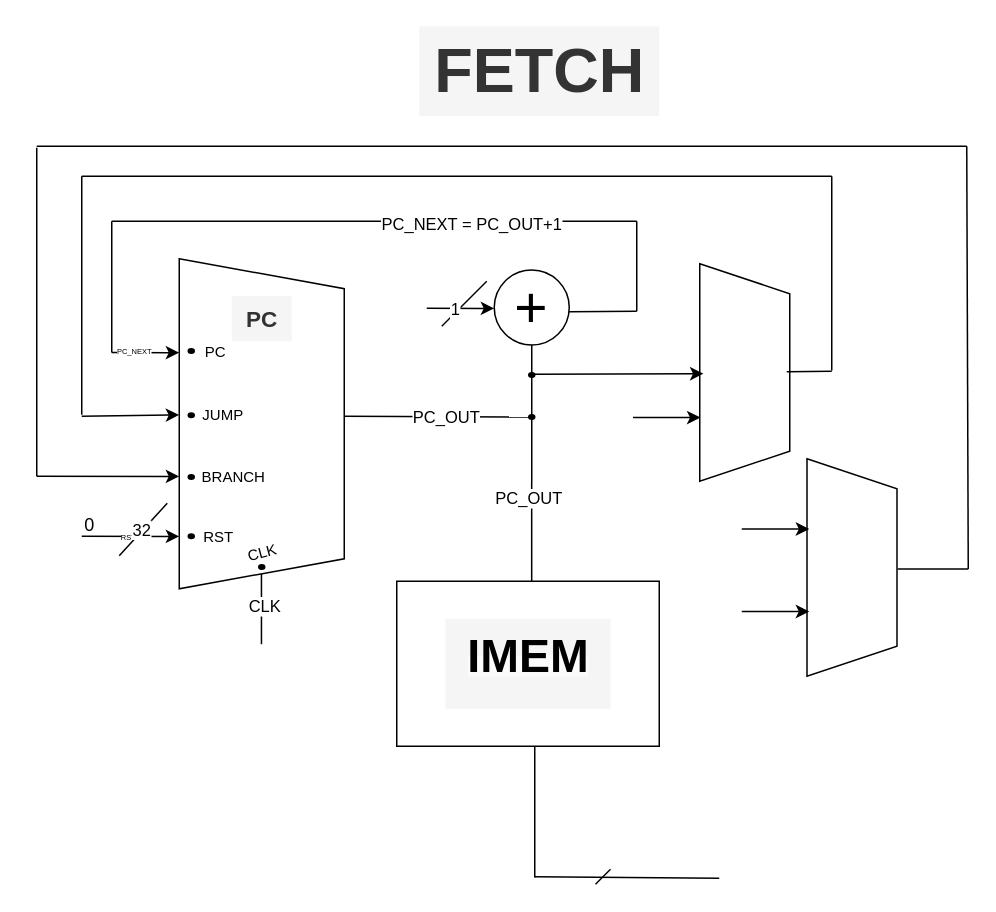
This is Block_Diagram.drawio from HamraAbrar0/RV32I, a draw.io file, before an edit. Source tidied: cells renumbered, new cells numbered last; positions are measured from the earlier drawing's top-left corner, leaving out a move shared by most shapes. Both pictures are drawn from the tidied source at 150%, with x=0, y=0 at pixel (36, 26).
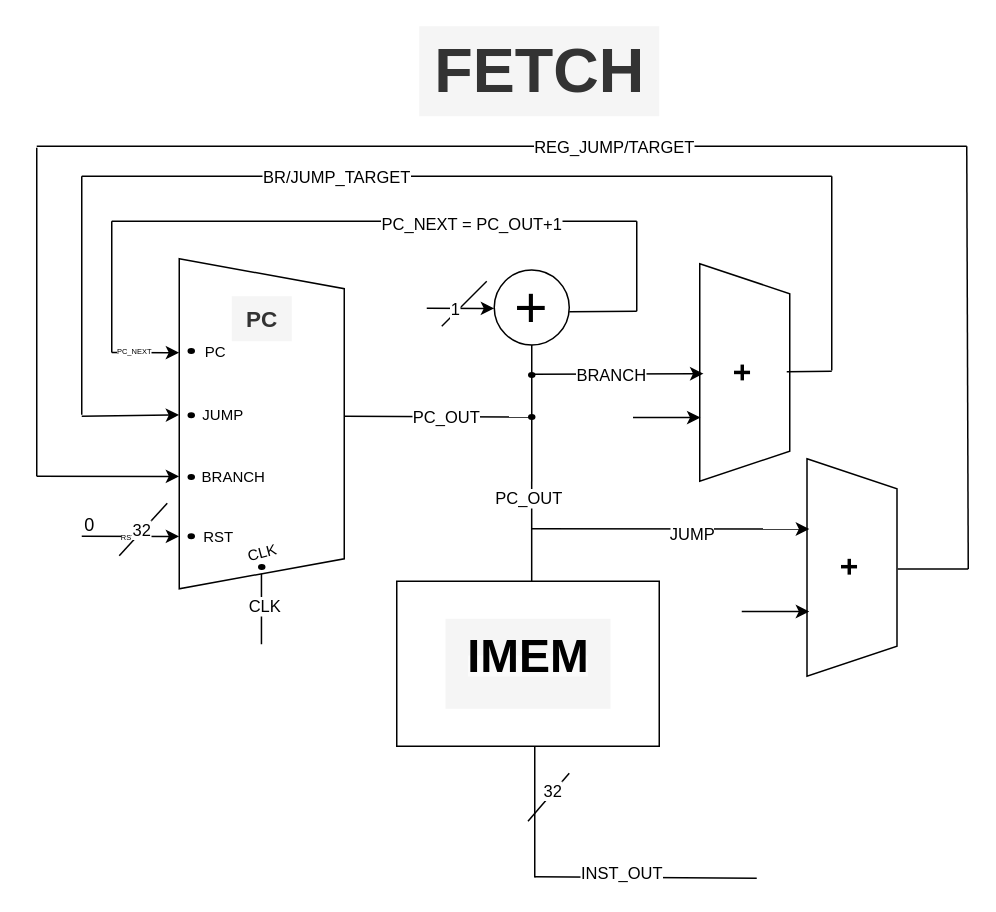
The same diagram, later.

Unchanged cells that the change refers to:
```xml
<mxCell id="30" style="endArrow=none;html=1;rounded=0;" parent="1" edge="1">
  <mxGeometry relative="1" as="geometry">
    <mxPoint x="30" y="100" as="sourcePoint" />
    <mxPoint x="530" y="100" as="targetPoint" />
  </mxGeometry>
</mxCell>
<mxCell id="33" style="endArrow=classic;html=1;rounded=0;" parent="1" edge="1">
  <mxGeometry relative="1" as="geometry">
    <mxPoint x="330" y="232" as="sourcePoint" />
    <mxPoint x="444.5" y="231.6" as="targetPoint" />
  </mxGeometry>
</mxCell>
<mxCell id="39" style="endArrow=none;html=1;rounded=0;" parent="1" edge="1">
  <mxGeometry relative="1" as="geometry">
    <mxPoint y="80" as="sourcePoint" />
    <mxPoint x="620" y="80" as="targetPoint" />
  </mxGeometry>
</mxCell>
```

The edit, as a diff of the source:
```diff
@@
-    <mxCell id="6" style="shape=trapezoid;perimeter=trapezoidPerimeter;whiteSpace=wrap;html=1;fixedSize=1;rotation=90;" parent="1" vertex="1">
+    <mxCell id="6" value="&lt;font size=&quot;1&quot; style=&quot;&quot;&gt;&lt;b style=&quot;font-size: 21px;&quot;&gt;+&lt;/b&gt;&lt;/font&gt;" style="shape=trapezoid;perimeter=trapezoidPerimeter;whiteSpace=wrap;html=1;fixedSize=1;rotation=90;" parent="1" vertex="1">
       <mxGeometry x="399.5" y="200.8" width="145" height="60" as="geometry" />
     </mxCell>
-    <mxCell id="7" style="shape=trapezoid;perimeter=trapezoidPerimeter;whiteSpace=wrap;html=1;fixedSize=1;rotation=90;" parent="1" vertex="1">
+    <mxCell id="7" value="&lt;b style=&quot;font-size: 21px;&quot;&gt;+&lt;/b&gt;" style="shape=trapezoid;perimeter=trapezoidPerimeter;whiteSpace=wrap;html=1;fixedSize=1;rotation=90;" parent="1" vertex="1">
       <mxGeometry x="471" y="330.8" width="145" height="60" as="geometry" />
     </mxCell>
@@
+    <mxCell id="63" value="BR/JUMP_TARGET" style="edgeLabel;html=1;align=center;verticalAlign=middle;" parent="30" vertex="1">
+      <mxGeometry x="-0.29" y="-5" relative="1" as="geometry">
+        <mxPoint x="-9" y="-5" as="offset" />
+      </mxGeometry>
+    </mxCell>
@@
+    <mxCell id="64" value="BRANCH" style="edgeLabel;html=1;align=center;verticalAlign=middle;" parent="33" vertex="1">
+      <mxGeometry x="0.2" y="-2" relative="1" as="geometry">
+        <mxPoint x="-17" y="-1" as="offset" />
+      </mxGeometry>
+    </mxCell>
@@
     <mxCell id="35" style="endArrow=classic;html=1;rounded=0;" parent="1" edge="1">
       <mxGeometry relative="1" as="geometry">
-        <mxPoint x="470" y="335.1" as="sourcePoint" />
+        <mxPoint x="330" y="335" as="sourcePoint" />
         <mxPoint x="515" y="335.2" as="targetPoint" />
       </mxGeometry>
     </mxCell>
+    <mxCell id="65" value="JUMP" style="edgeLabel;html=1;align=center;verticalAlign=middle;" parent="35" vertex="1">
+      <mxGeometry x="0.16" y="-3" relative="1" as="geometry" />
+    </mxCell>
@@
+    <mxCell id="66" value="REG_JUMP/TARGET" style="edgeLabel;html=1;align=center;verticalAlign=middle;" parent="39" vertex="1">
+      <mxGeometry x="0.07" relative="1" as="geometry">
+        <mxPoint x="52" as="offset" />
+      </mxGeometry>
+    </mxCell>
@@
     <mxCell id="47" style="endArrow=none;html=1;rounded=0;" parent="1" edge="1">
       <mxGeometry relative="1" as="geometry">
         <mxPoint x="332" y="567" as="sourcePoint" />
-        <mxPoint x="455" y="568" as="targetPoint" />
+        <mxPoint x="480" y="568" as="targetPoint" />
       </mxGeometry>
     </mxCell>
+    <mxCell id="67" value="INST_OUT" style="edgeLabel;html=1;align=center;verticalAlign=middle;" parent="47" vertex="1">
+      <mxGeometry x="0.69" y="-4" relative="1" as="geometry">
+        <mxPoint x="-67" y="-7" as="offset" />
+      </mxGeometry>
+    </mxCell>
@@
     <mxCell id="49" style="endArrow=none;html=1;rounded=0;" parent="1" edge="1">
       <mxGeometry relative="1" as="geometry">
-        <mxPoint x="372.5" y="572" as="sourcePoint" />
-        <mxPoint x="382.5" y="562" as="targetPoint" />
+        <mxPoint x="327.5" y="530" as="sourcePoint" />
+        <mxPoint x="355" y="498" as="targetPoint" />
         <Array as="points">
-          <mxPoint x="372.5" y="572" />
+          <mxPoint x="327.5" y="530" />
         </Array>
       </mxGeometry>
     </mxCell>
+    <mxCell id="68" value="32" style="edgeLabel;html=1;align=center;verticalAlign=middle;" parent="49" vertex="1">
+      <mxGeometry x="0.22" y="1" relative="1" as="geometry" />
+    </mxCell>
```
